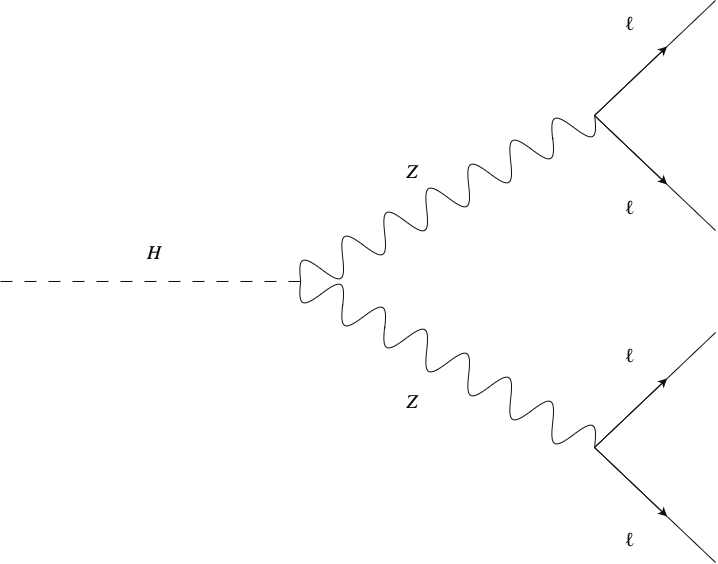
Earlier version of the draw.io export images/higgs4l_decay_light.png (mahanawaz-7/teachers-workshop-atlas-open-data). Source tidied: cells renumbered, new cells last; positions are measured from the earlier drawing's top-left corner, leaving out a move shared by most shapes.
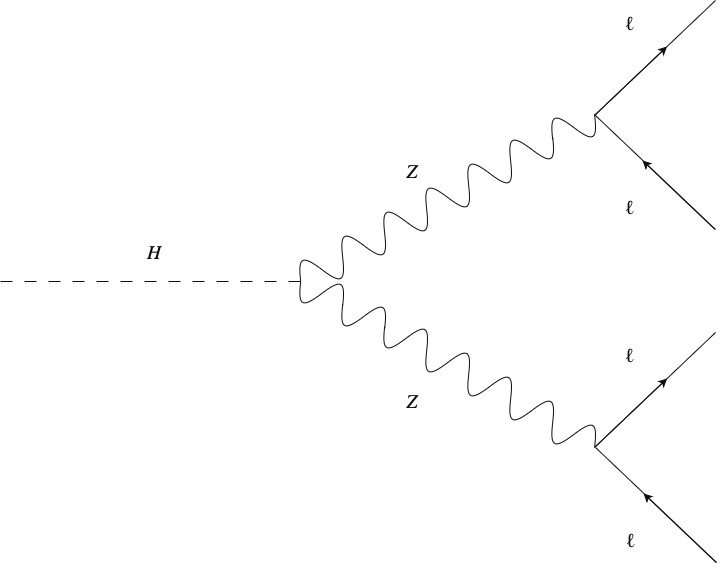
Later version of the same file.

Diff of the diagram source:
```diff
@@ -2,30 +2,30 @@
   <root>
     <mxCell id="0" />
     <mxCell id="1" parent="0" />
-    <mxCell id="2" style="endArrow=classic;html=1;rounded=0;strokeColor=#0E0E12;fontColor=#0E0E12;" parent="1" edge="1">
-      <mxGeometry relative="1" as="geometry">
-        <mxPoint x="593.9" y="115" as="sourcePoint" />
-        <mxPoint x="666.6" y="46" as="targetPoint" />
-      </mxGeometry>
-    </mxCell>
-    <mxCell id="3" style="endArrow=classic;html=1;rounded=0;strokeColor=#0E0E12;fontColor=#0E0E12;" parent="1" edge="1">
-      <mxGeometry relative="1" as="geometry">
-        <mxPoint x="593.9" y="115" as="sourcePoint" />
-        <mxPoint x="666.6" y="184" as="targetPoint" />
-      </mxGeometry>
-    </mxCell>
-    <mxCell id="4" style="endArrow=none;html=1;rounded=0;strokeColor=#0E0E12;fontColor=#FFFFFF;" parent="1" edge="1">
-      <mxGeometry relative="1" as="geometry">
-        <mxPoint x="593.9" y="115" as="sourcePoint" />
-        <mxPoint x="715" as="targetPoint" />
-      </mxGeometry>
-    </mxCell>
-    <mxCell id="5" style="endArrow=none;html=1;rounded=0;strokeColor=#0E0E12;fontColor=#0E0E12;" parent="1" edge="1">
-      <mxGeometry relative="1" as="geometry">
-        <mxPoint x="593.9" y="115" as="sourcePoint" />
-        <mxPoint x="715" y="230" as="targetPoint" />
-      </mxGeometry>
-    </mxCell>
+    <mxCell id="34" style="endArrow=classic;html=1;rounded=0;strokeColor=#0E0E12;fontColor=#0E0E12;" parent="1" edge="1">
+      <mxGeometry relative="1" as="geometry">
+        <mxPoint x="593.9" y="115" as="sourcePoint" />
+        <mxPoint x="666.6" y="46" as="targetPoint" />
+      </mxGeometry>
+    </mxCell>
+    <mxCell id="35" style="endArrow=classic;html=1;rounded=0;strokeColor=#0E0E12;fontColor=#0E0E12;" parent="1" edge="1">
+      <mxGeometry relative="1" as="geometry">
+        <mxPoint x="714.6" y="229" as="sourcePoint" />
+        <mxPoint x="641.9" y="160" as="targetPoint" />
+      </mxGeometry>
+    </mxCell>
+    <mxCell id="36" style="endArrow=none;html=1;rounded=0;strokeColor=#0E0E12;fontColor=#FFFFFF;" parent="1" edge="1">
+      <mxGeometry relative="1" as="geometry">
+        <mxPoint x="593.9" y="115" as="sourcePoint" />
+        <mxPoint x="715" as="targetPoint" />
+      </mxGeometry>
+    </mxCell>
+    <mxCell id="37" style="endArrow=none;html=1;rounded=0;strokeColor=#0E0E12;fontColor=#0E0E12;" parent="1" edge="1">
+      <mxGeometry relative="1" as="geometry">
+        <mxPoint x="593.9" y="114" as="sourcePoint" />
+        <mxPoint x="715" y="229" as="targetPoint" />
+      </mxGeometry>
+    </mxCell>
     <mxCell id="6" value="&lt;span style=&quot;text-align: start; white-space: nowrap; caret-color: rgb(49, 51, 63); font-family: KaTeX_Math; font-size: 19.360001px; font-style: italic;&quot;&gt;&lt;font&gt;Z&lt;/font&gt;&lt;/span&gt;" style="text;html=1;align=center;verticalAlign=middle;whiteSpace=wrap;rounded=0;labelBackgroundColor=none;rotation=0;strokeColor=none;fontColor=#0E0E12;" parent="1" vertex="1">
       <mxGeometry x="388" y="147" width="48.4" height="47" as="geometry" />
     </mxCell>
@@ -59,39 +59,24 @@
     <mxCell id="16" style="verticalLabelPosition=bottom;shadow=0;dashed=0;align=center;html=1;verticalAlign=top;shape=mxgraph.electrical.waveforms.sine_wave;rotation=-30;strokeColor=#0E0E12;fontColor=#0E0E12;" parent="9" vertex="1">
       <mxGeometry x="19" y="72" width="48.4" height="46" as="geometry" />
     </mxCell>
-    <mxCell id="17" style="endArrow=classic;html=1;rounded=0;strokeColor=#0E0E12;fontColor=#0E0E12;" parent="1" edge="1">
-      <mxGeometry relative="1" as="geometry">
-        <mxPoint x="594" y="447" as="sourcePoint" />
-        <mxPoint x="666.6" y="378" as="targetPoint" />
-      </mxGeometry>
-    </mxCell>
-    <mxCell id="18" style="endArrow=classic;html=1;rounded=0;strokeColor=#0E0E12;fontColor=#0E0E12;" parent="1" edge="1">
-      <mxGeometry relative="1" as="geometry">
-        <mxPoint x="594" y="447" as="sourcePoint" />
-        <mxPoint x="666.6" y="516" as="targetPoint" />
-      </mxGeometry>
-    </mxCell>
-    <mxCell id="19" style="endArrow=none;html=1;rounded=0;strokeColor=#0E0E12;fontColor=#0E0E12;" parent="1" edge="1">
-      <mxGeometry relative="1" as="geometry">
-        <mxPoint x="594" y="447" as="sourcePoint" />
-        <mxPoint x="715" y="332" as="targetPoint" />
-      </mxGeometry>
-    </mxCell>
-    <mxCell id="20" style="endArrow=none;html=1;rounded=0;strokeColor=#0E0E12;fontColor=#0E0E12;" parent="1" edge="1">
-      <mxGeometry relative="1" as="geometry">
-        <mxPoint x="594" y="447" as="sourcePoint" />
-        <mxPoint x="715" y="562" as="targetPoint" />
-      </mxGeometry>
-    </mxCell>
+    <mxCell id="38" style="endArrow=classic;html=1;rounded=0;strokeColor=#0E0E12;fontColor=#0E0E12;" parent="1" edge="1">
+      <mxGeometry relative="1" as="geometry">
+        <mxPoint x="594" y="447" as="sourcePoint" />
+        <mxPoint x="666.6" y="378" as="targetPoint" />
+      </mxGeometry>
+    </mxCell>
+    <mxCell id="39" style="endArrow=none;html=1;rounded=0;strokeColor=#0E0E12;fontColor=#0E0E12;" parent="1" edge="1">
+      <mxGeometry relative="1" as="geometry">
+        <mxPoint x="594" y="447" as="sourcePoint" />
+        <mxPoint x="715" y="332" as="targetPoint" />
+      </mxGeometry>
+    </mxCell>
     <mxCell id="21" value="&lt;span style=&quot;text-align: start; white-space: nowrap; caret-color: rgb(49, 51, 63); font-family: KaTeX_Math; font-size: 19.360001px; font-style: italic;&quot;&gt;&lt;font&gt;Z&lt;/font&gt;&lt;/span&gt;" style="text;html=1;align=center;verticalAlign=middle;whiteSpace=wrap;rounded=0;labelBackgroundColor=none;rotation=0;strokeColor=none;fontColor=#0E0E12;" parent="1" vertex="1">
       <mxGeometry x="388" y="378" width="48.4" height="46" as="geometry" />
     </mxCell>
     <mxCell id="22" value="&lt;span style=&quot;caret-color: rgb(49, 51, 63); font-family: KaTeX_Main, &amp;quot;Times New Roman&amp;quot;, serif; font-size: 19.360001px; text-align: start; white-space: nowrap;&quot;&gt;&lt;font&gt;ℓ&lt;/font&gt;&lt;/span&gt;" style="text;html=1;align=center;verticalAlign=middle;whiteSpace=wrap;rounded=0;strokeColor=none;fontColor=#0E0E12;" parent="1" vertex="1">
       <mxGeometry x="606.1" y="332" width="48.4" height="46" as="geometry" />
     </mxCell>
-    <mxCell id="23" value="&lt;span style=&quot;caret-color: rgb(49, 51, 63); font-family: KaTeX_Main, &amp;quot;Times New Roman&amp;quot;, serif; font-size: 19.360001px; text-align: start; white-space: nowrap;&quot;&gt;&lt;font&gt;ℓ&lt;/font&gt;&lt;/span&gt;" style="text;html=1;align=center;verticalAlign=middle;whiteSpace=wrap;rounded=0;strokeColor=none;fontColor=#0E0E12;" parent="1" vertex="1">
-      <mxGeometry x="606.1" y="516" width="48.4" height="46" as="geometry" />
-    </mxCell>
     <mxCell id="24" style="group;rotation=30;strokeColor=none;fontColor=#0E0E12;" parent="1" vertex="1">
       <mxGeometry x="278" y="343" width="338.9" height="63" as="geometry" />
     </mxCell>
@@ -116,14 +101,29 @@
     <mxCell id="31" style="verticalLabelPosition=bottom;shadow=0;dashed=0;align=center;html=1;verticalAlign=top;shape=mxgraph.electrical.waveforms.sine_wave;rotation=30;flipV=1;strokeColor=#0E0E12;fontColor=#0E0E12;" parent="24" vertex="1">
       <mxGeometry x="187" y="20" width="48.4" height="46" as="geometry" />
     </mxCell>
-    <mxCell id="32" style="endArrow=none;dashed=1;html=1;rounded=0;dashPattern=12 12;strokeWidth=1;strokeColor=#0E0E12;fontColor=#0E0E12;" parent="1" edge="1">
-      <mxGeometry relative="1" as="geometry">
-        <mxPoint y="281" as="sourcePoint" />
-        <mxPoint x="301" y="281" as="targetPoint" />
-      </mxGeometry>
-    </mxCell>
+    <mxCell id="40" style="endArrow=none;dashed=1;html=1;rounded=0;dashPattern=12 12;strokeWidth=1;strokeColor=#0E0E12;fontColor=#0E0E12;" parent="1" edge="1">
+      <mxGeometry relative="1" as="geometry">
+        <mxPoint y="281" as="sourcePoint" />
+        <mxPoint x="301" y="281" as="targetPoint" />
+      </mxGeometry>
+    </mxCell>
     <mxCell id="33" value="&lt;span style=&quot;text-align: start; white-space: nowrap; caret-color: rgb(49, 51, 63); font-family: KaTeX_Math; font-size: 19.360001px; font-style: italic;&quot;&gt;&lt;font&gt;H&lt;/font&gt;&lt;/span&gt;" style="text;html=1;align=center;verticalAlign=middle;whiteSpace=wrap;rounded=0;labelBackgroundColor=none;rotation=0;strokeColor=none;fontColor=#0E0E12;" parent="1" vertex="1">
       <mxGeometry x="130" y="229" width="48.4" height="46" as="geometry" />
     </mxCell>
+    <mxCell id="41" style="endArrow=classic;html=1;rounded=0;strokeColor=#0E0E12;fontColor=#0E0E12;" parent="1" edge="1">
+      <mxGeometry relative="1" as="geometry">
+        <mxPoint x="715.6" y="562" as="sourcePoint" />
+        <mxPoint x="643" y="493" as="targetPoint" />
+      </mxGeometry>
+    </mxCell>
+    <mxCell id="42" style="endArrow=none;html=1;rounded=0;strokeColor=#0E0E12;fontColor=#0E0E12;" parent="1" edge="1">
+      <mxGeometry relative="1" as="geometry">
+        <mxPoint x="595" y="447" as="sourcePoint" />
+        <mxPoint x="716" y="562" as="targetPoint" />
+      </mxGeometry>
+    </mxCell>
+    <mxCell id="23" value="&lt;span style=&quot;caret-color: rgb(49, 51, 63); font-family: KaTeX_Main, &amp;quot;Times New Roman&amp;quot;, serif; font-size: 19.360001px; text-align: start; white-space: nowrap;&quot;&gt;&lt;font&gt;ℓ&lt;/font&gt;&lt;/span&gt;" style="text;html=1;align=center;verticalAlign=middle;whiteSpace=wrap;rounded=0;strokeColor=none;fontColor=#0E0E12;" parent="1" vertex="1">
+      <mxGeometry x="607.1" y="517" width="48.4" height="46" as="geometry" />
+    </mxCell>
   </root>
 </mxGraphModel>
```
